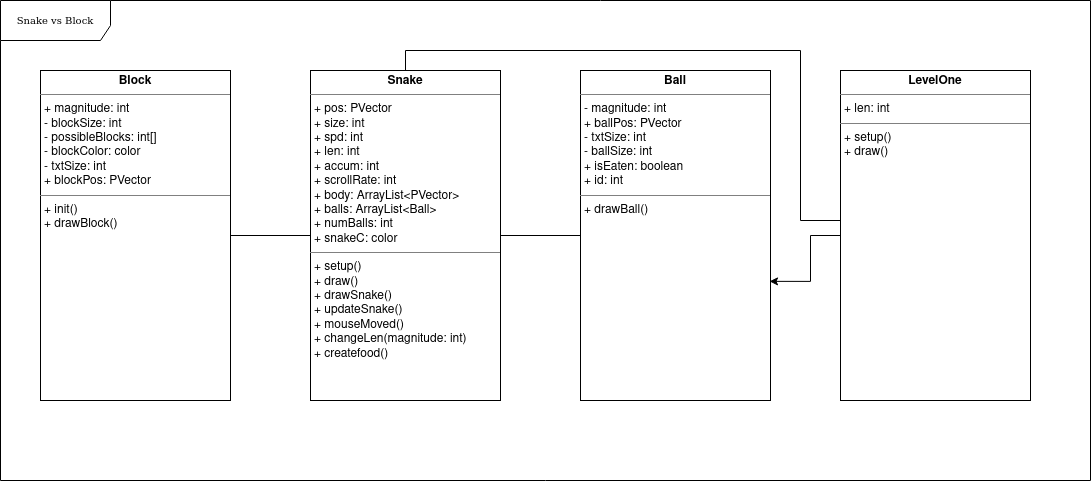
The draw.io diagram ouruml.png in madeline-lei/final_project, before a commit. Source tidied: cells renumbered, new cells last; positions are measured from the earlier drawing's top-left corner, leaving out a move shared by most shapes. The source it was exported from:
```xml
<mxGraphModel>
  <root>
    <mxCell id="0" />
    <mxCell id="1" parent="0" />
    <mxCell id="2" value="Snake vs Block" style="shape=umlFrame;whiteSpace=wrap;html=1;rounded=0;shadow=0;comic=0;labelBackgroundColor=none;strokeWidth=1;fontFamily=Verdana;fontSize=10;align=center;width=110;height=40;" parent="1" vertex="1">
      <mxGeometry width="1090" height="480" as="geometry" />
    </mxCell>
    <mxCell id="3" style="edgeStyle=orthogonalEdgeStyle;rounded=0;jettySize=auto;html=1;endArrow=none;endFill=0;" parent="1" edge="1" source="5" target="7">
      <mxGeometry relative="1" as="geometry" />
    </mxCell>
    <mxCell id="4" style="edgeStyle=orthogonalEdgeStyle;rounded=0;jettySize=auto;html=1;endArrow=none;endFill=0;" parent="1" edge="1" source="5" target="6">
      <mxGeometry relative="1" as="geometry" />
    </mxCell>
    <mxCell id="5" value="&lt;p style=&quot;margin:0px;margin-top:4px;text-align:center;&quot;&gt;&lt;b&gt;Snake&lt;/b&gt;&lt;/p&gt;&lt;hr size=&quot;1&quot;&gt;&lt;p style=&quot;margin:0px;margin-left:4px;&quot;&gt;+ pos: PVector&lt;/p&gt;&lt;p style=&quot;margin:0px;margin-left:4px;&quot;&gt;+ size: int&lt;/p&gt;&lt;p style=&quot;margin:0px;margin-left:4px;&quot;&gt;+ spd: int&lt;/p&gt;&lt;p style=&quot;margin:0px;margin-left:4px;&quot;&gt;+ len: int&lt;/p&gt;&lt;p style=&quot;margin:0px;margin-left:4px;&quot;&gt;+ accum: int&lt;/p&gt;&lt;p style=&quot;margin:0px;margin-left:4px;&quot;&gt;+ scrollRate: int&lt;/p&gt;&lt;p style=&quot;margin:0px;margin-left:4px;&quot;&gt;&lt;/p&gt;&lt;p style=&quot;margin:0px;margin-left:4px;&quot;&gt;+ body: ArrayList&amp;lt;PVector&amp;gt;&lt;/p&gt;&lt;p style=&quot;margin:0px;margin-left:4px;&quot;&gt;+ balls: ArrayList&amp;lt;Ball&amp;gt;&lt;/p&gt;&lt;p style=&quot;margin:0px;margin-left:4px;&quot;&gt;+ numBalls: int&lt;/p&gt;&lt;p style=&quot;margin:0px;margin-left:4px;&quot;&gt;+ snakeC: color&lt;/p&gt;&lt;hr size=&quot;1&quot;&gt;&lt;p style=&quot;margin:0px;margin-left:4px;&quot;&gt;+ setup()&lt;/p&gt;&lt;p style=&quot;margin:0px;margin-left:4px;&quot;&gt;+ draw()&lt;/p&gt;&lt;p style=&quot;margin:0px;margin-left:4px;&quot;&gt;+ drawSnake()&lt;/p&gt;&lt;p style=&quot;margin:0px;margin-left:4px;&quot;&gt;+ updateSnake()&lt;/p&gt;&lt;p style=&quot;margin:0px;margin-left:4px;&quot;&gt;+ mouseMoved()&lt;/p&gt;&lt;p style=&quot;margin:0px;margin-left:4px;&quot;&gt;+ changeLen(magnitude: int)&lt;/p&gt;&lt;p style=&quot;margin:0px;margin-left:4px;&quot;&gt;+ createfood()&lt;br&gt;&lt;/p&gt;&lt;p style=&quot;margin:0px;margin-left:4px;&quot;&gt;&lt;br&gt;&lt;/p&gt;" style="verticalAlign=top;align=left;overflow=fill;fontSize=12;fontFamily=Helvetica;html=1;rounded=0;shadow=0;comic=0;labelBackgroundColor=none;strokeWidth=1;" parent="1" vertex="1">
      <mxGeometry x="310" y="70" width="190" height="330" as="geometry" />
    </mxCell>
    <mxCell id="6" value="&lt;p style=&quot;margin:0px;margin-top:4px;text-align:center;&quot;&gt;&lt;b&gt;Block&lt;/b&gt;&lt;/p&gt;&lt;hr size=&quot;1&quot;&gt;&lt;p style=&quot;margin:0px;margin-left:4px;&quot;&gt;+ magnitude: int&lt;/p&gt;&lt;p style=&quot;margin:0px;margin-left:4px;&quot;&gt;- blockSize: int&lt;/p&gt;&lt;p style=&quot;margin:0px;margin-left:4px;&quot;&gt;- possibleBlocks: int[]&lt;/p&gt;&lt;p style=&quot;margin:0px;margin-left:4px;&quot;&gt;- blockColor: color&lt;/p&gt;&lt;p style=&quot;margin:0px;margin-left:4px;&quot;&gt;- txtSize: int&lt;/p&gt;&lt;p style=&quot;margin:0px;margin-left:4px;&quot;&gt;+ blockPos: PVector&lt;br&gt;&lt;/p&gt;&lt;hr size=&quot;1&quot;&gt;&lt;p style=&quot;margin:0px;margin-left:4px;&quot;&gt;+ init()&lt;/p&gt;&lt;p style=&quot;margin:0px;margin-left:4px;&quot;&gt;+ drawBlock()&lt;/p&gt;" style="verticalAlign=top;align=left;overflow=fill;fontSize=12;fontFamily=Helvetica;html=1;rounded=0;shadow=0;comic=0;labelBackgroundColor=none;strokeWidth=1;" parent="1" vertex="1">
      <mxGeometry x="40" y="70" width="190" height="330" as="geometry" />
    </mxCell>
    <mxCell id="7" value="&lt;p style=&quot;margin:0px;margin-top:4px;text-align:center;&quot;&gt;&lt;b&gt;Ball&lt;/b&gt;&lt;/p&gt;&lt;hr size=&quot;1&quot;&gt;&lt;p style=&quot;margin:0px;margin-left:4px;&quot;&gt;- magnitude: int&lt;/p&gt;&lt;p style=&quot;margin:0px;margin-left:4px;&quot;&gt;+ ballPos: PVector&lt;/p&gt;&lt;p style=&quot;margin:0px;margin-left:4px;&quot;&gt;- txtSize: int&lt;/p&gt;&lt;p style=&quot;margin:0px;margin-left:4px;&quot;&gt;- ballSize: int&lt;/p&gt;&lt;p style=&quot;margin:0px;margin-left:4px;&quot;&gt;+ isEaten: boolean&lt;/p&gt;&lt;p style=&quot;margin:0px;margin-left:4px;&quot;&gt;+ id: int&lt;br&gt;&lt;/p&gt;&lt;hr size=&quot;1&quot;&gt;&lt;p style=&quot;margin:0px;margin-left:4px;&quot;&gt;+ drawBall()&lt;br&gt;&lt;/p&gt;" style="verticalAlign=top;align=left;overflow=fill;fontSize=12;fontFamily=Helvetica;html=1;rounded=0;shadow=0;comic=0;labelBackgroundColor=none;strokeWidth=1;" parent="1" vertex="1">
      <mxGeometry x="580" y="70" width="190" height="330" as="geometry" />
    </mxCell>
    <mxCell id="8" style="edgeStyle=orthogonalEdgeStyle;rounded=0;jettySize=auto;html=1;entryX=0.5;entryY=0;entryDx=0;entryDy=0;endArrow=none;endFill=0;" parent="1" edge="1" source="10" target="5">
      <mxGeometry relative="1" as="geometry">
        <Array as="points">
          <mxPoint x="800" y="220" />
          <mxPoint x="800" y="50" />
          <mxPoint x="405" y="50" />
        </Array>
      </mxGeometry>
    </mxCell>
    <mxCell id="9" style="edgeStyle=orthogonalEdgeStyle;rounded=0;jettySize=auto;html=1;entryX=0.995;entryY=0.639;entryDx=0;entryDy=0;entryPerimeter=0;" parent="1" edge="1" source="10" target="7">
      <mxGeometry relative="1" as="geometry">
        <Array as="points">
          <mxPoint x="810" y="235" />
          <mxPoint x="810" y="281" />
        </Array>
      </mxGeometry>
    </mxCell>
    <mxCell id="10" value="&lt;p style=&quot;margin:0px;margin-top:4px;text-align:center;&quot;&gt;&lt;b&gt;LevelOne&lt;/b&gt;&lt;/p&gt;&lt;hr size=&quot;1&quot;&gt;&lt;p style=&quot;margin:0px;margin-left:4px;&quot;&gt;+ len: int&lt;/p&gt;&lt;hr size=&quot;1&quot;&gt;&lt;p style=&quot;margin:0px;margin-left:4px;&quot;&gt;+ setup()&lt;/p&gt;&lt;p style=&quot;margin:0px;margin-left:4px;&quot;&gt;+ draw()&lt;/p&gt;" style="verticalAlign=top;align=left;overflow=fill;fontSize=12;fontFamily=Helvetica;html=1;rounded=0;shadow=0;comic=0;labelBackgroundColor=none;strokeWidth=1;" parent="1" vertex="1">
      <mxGeometry x="840" y="70" width="190" height="330" as="geometry" />
    </mxCell>
  </root>
</mxGraphModel>
```
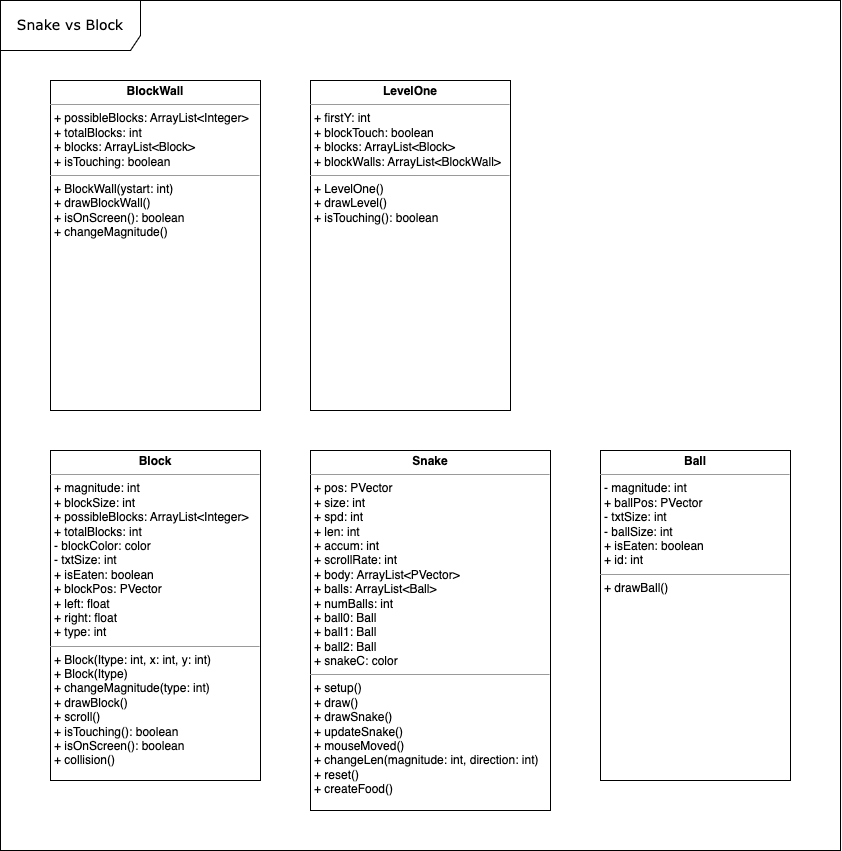
Later version of the same file.

Diff of the diagram source:
```diff
@@ -2,43 +2,23 @@
   <root>
     <mxCell id="0" />
     <mxCell id="1" parent="0" />
-    <mxCell id="2" value="Snake vs Block" style="shape=umlFrame;whiteSpace=wrap;html=1;rounded=0;shadow=0;comic=0;labelBackgroundColor=none;strokeWidth=1;fontFamily=Verdana;fontSize=10;align=center;width=110;height=40;" parent="1" vertex="1">
-      <mxGeometry width="1090" height="480" as="geometry" />
+    <mxCell id="2" value="&lt;font style=&quot;font-size: 14px;&quot;&gt;Snake vs Block&lt;/font&gt;" style="shape=umlFrame;whiteSpace=wrap;html=1;rounded=0;shadow=0;comic=0;labelBackgroundColor=none;strokeWidth=1;fontFamily=Verdana;fontSize=10;align=center;width=140;height=50;" parent="1" vertex="1">
+      <mxGeometry y="-10" width="840" height="850" as="geometry" />
     </mxCell>
-    <mxCell id="3" style="edgeStyle=orthogonalEdgeStyle;rounded=0;jettySize=auto;html=1;endArrow=none;endFill=0;" parent="1" edge="1" source="5" target="7">
-      <mxGeometry relative="1" as="geometry" />
-    </mxCell>
-    <mxCell id="4" style="edgeStyle=orthogonalEdgeStyle;rounded=0;jettySize=auto;html=1;endArrow=none;endFill=0;" parent="1" edge="1" source="5" target="6">
-      <mxGeometry relative="1" as="geometry" />
-    </mxCell>
-    <mxCell id="5" value="&lt;p style=&quot;margin:0px;margin-top:4px;text-align:center;&quot;&gt;&lt;b&gt;Snake&lt;/b&gt;&lt;/p&gt;&lt;hr size=&quot;1&quot;&gt;&lt;p style=&quot;margin:0px;margin-left:4px;&quot;&gt;+ pos: PVector&lt;/p&gt;&lt;p style=&quot;margin:0px;margin-left:4px;&quot;&gt;+ size: int&lt;/p&gt;&lt;p style=&quot;margin:0px;margin-left:4px;&quot;&gt;+ spd: int&lt;/p&gt;&lt;p style=&quot;margin:0px;margin-left:4px;&quot;&gt;+ len: int&lt;/p&gt;&lt;p style=&quot;margin:0px;margin-left:4px;&quot;&gt;+ accum: int&lt;/p&gt;&lt;p style=&quot;margin:0px;margin-left:4px;&quot;&gt;+ scrollRate: int&lt;/p&gt;&lt;p style=&quot;margin:0px;margin-left:4px;&quot;&gt;&lt;/p&gt;&lt;p style=&quot;margin:0px;margin-left:4px;&quot;&gt;+ body: ArrayList&amp;lt;PVector&amp;gt;&lt;/p&gt;&lt;p style=&quot;margin:0px;margin-left:4px;&quot;&gt;+ balls: ArrayList&amp;lt;Ball&amp;gt;&lt;/p&gt;&lt;p style=&quot;margin:0px;margin-left:4px;&quot;&gt;+ numBalls: int&lt;/p&gt;&lt;p style=&quot;margin:0px;margin-left:4px;&quot;&gt;+ snakeC: color&lt;/p&gt;&lt;hr size=&quot;1&quot;&gt;&lt;p style=&quot;margin:0px;margin-left:4px;&quot;&gt;+ setup()&lt;/p&gt;&lt;p style=&quot;margin:0px;margin-left:4px;&quot;&gt;+ draw()&lt;/p&gt;&lt;p style=&quot;margin:0px;margin-left:4px;&quot;&gt;+ drawSnake()&lt;/p&gt;&lt;p style=&quot;margin:0px;margin-left:4px;&quot;&gt;+ updateSnake()&lt;/p&gt;&lt;p style=&quot;margin:0px;margin-left:4px;&quot;&gt;+ mouseMoved()&lt;/p&gt;&lt;p style=&quot;margin:0px;margin-left:4px;&quot;&gt;+ changeLen(magnitude: int)&lt;/p&gt;&lt;p style=&quot;margin:0px;margin-left:4px;&quot;&gt;+ createfood()&lt;br&gt;&lt;/p&gt;&lt;p style=&quot;margin:0px;margin-left:4px;&quot;&gt;&lt;br&gt;&lt;/p&gt;" style="verticalAlign=top;align=left;overflow=fill;fontSize=12;fontFamily=Helvetica;html=1;rounded=0;shadow=0;comic=0;labelBackgroundColor=none;strokeWidth=1;" parent="1" vertex="1">
-      <mxGeometry x="310" y="70" width="190" height="330" as="geometry" />
+    <mxCell id="5" value="&lt;p style=&quot;margin:0px;margin-top:4px;text-align:center;&quot;&gt;&lt;b&gt;Snake&lt;/b&gt;&lt;/p&gt;&lt;hr size=&quot;1&quot;&gt;&lt;p style=&quot;margin:0px;margin-left:4px;&quot;&gt;+ pos: PVector&lt;/p&gt;&lt;p style=&quot;margin:0px;margin-left:4px;&quot;&gt;+ size: int&lt;/p&gt;&lt;p style=&quot;margin:0px;margin-left:4px;&quot;&gt;+ spd: int&lt;/p&gt;&lt;p style=&quot;margin:0px;margin-left:4px;&quot;&gt;+ len: int&lt;/p&gt;&lt;p style=&quot;margin:0px;margin-left:4px;&quot;&gt;+ accum: int&lt;/p&gt;&lt;p style=&quot;margin:0px;margin-left:4px;&quot;&gt;+ scrollRate: int&lt;/p&gt;&lt;p style=&quot;margin:0px;margin-left:4px;&quot;&gt;&lt;/p&gt;&lt;p style=&quot;margin:0px;margin-left:4px;&quot;&gt;+ body: ArrayList&amp;lt;PVector&amp;gt;&lt;/p&gt;&lt;p style=&quot;margin:0px;margin-left:4px;&quot;&gt;+ balls: ArrayList&amp;lt;Ball&amp;gt;&lt;/p&gt;&lt;p style=&quot;margin:0px;margin-left:4px;&quot;&gt;+ numBalls: int&lt;/p&gt;&lt;p style=&quot;margin:0px;margin-left:4px;&quot;&gt;+ ball0: Ball&lt;/p&gt;&lt;p style=&quot;border-color: var(--border-color); margin: 0px 0px 0px 4px;&quot;&gt;+ ball1: Ball&lt;/p&gt;&lt;div&gt;&lt;p style=&quot;border-color: var(--border-color); margin: 0px 0px 0px 4px;&quot;&gt;+ ball2: Ball&lt;/p&gt;&lt;/div&gt;&lt;p style=&quot;margin:0px;margin-left:4px;&quot;&gt;+ snakeC: color&lt;/p&gt;&lt;hr size=&quot;1&quot;&gt;&lt;p style=&quot;margin:0px;margin-left:4px;&quot;&gt;+ setup()&lt;/p&gt;&lt;p style=&quot;margin:0px;margin-left:4px;&quot;&gt;+ draw()&lt;/p&gt;&lt;p style=&quot;margin:0px;margin-left:4px;&quot;&gt;+ drawSnake()&lt;/p&gt;&lt;p style=&quot;margin:0px;margin-left:4px;&quot;&gt;+ updateSnake()&lt;/p&gt;&lt;p style=&quot;margin:0px;margin-left:4px;&quot;&gt;+ mouseMoved()&lt;/p&gt;&lt;p style=&quot;margin:0px;margin-left:4px;&quot;&gt;+ changeLen(magnitude: int, direction: int)&lt;/p&gt;&lt;p style=&quot;margin:0px;margin-left:4px;&quot;&gt;+ reset()&lt;/p&gt;&lt;p style=&quot;margin:0px;margin-left:4px;&quot;&gt;+ createFood()&lt;br&gt;&lt;/p&gt;&lt;p style=&quot;margin:0px;margin-left:4px;&quot;&gt;&lt;br&gt;&lt;/p&gt;" style="verticalAlign=top;align=left;overflow=fill;fontSize=12;fontFamily=Helvetica;html=1;rounded=0;shadow=0;comic=0;labelBackgroundColor=none;strokeWidth=1;" parent="1" vertex="1">
+      <mxGeometry x="310" y="440" width="240" height="360" as="geometry" />
     </mxCell>
-    <mxCell id="6" value="&lt;p style=&quot;margin:0px;margin-top:4px;text-align:center;&quot;&gt;&lt;b&gt;Block&lt;/b&gt;&lt;/p&gt;&lt;hr size=&quot;1&quot;&gt;&lt;p style=&quot;margin:0px;margin-left:4px;&quot;&gt;+ magnitude: int&lt;/p&gt;&lt;p style=&quot;margin:0px;margin-left:4px;&quot;&gt;- blockSize: int&lt;/p&gt;&lt;p style=&quot;margin:0px;margin-left:4px;&quot;&gt;- possibleBlocks: int[]&lt;/p&gt;&lt;p style=&quot;margin:0px;margin-left:4px;&quot;&gt;- blockColor: color&lt;/p&gt;&lt;p style=&quot;margin:0px;margin-left:4px;&quot;&gt;- txtSize: int&lt;/p&gt;&lt;p style=&quot;margin:0px;margin-left:4px;&quot;&gt;+ blockPos: PVector&lt;br&gt;&lt;/p&gt;&lt;hr size=&quot;1&quot;&gt;&lt;p style=&quot;margin:0px;margin-left:4px;&quot;&gt;+ init()&lt;/p&gt;&lt;p style=&quot;margin:0px;margin-left:4px;&quot;&gt;+ drawBlock()&lt;/p&gt;" style="verticalAlign=top;align=left;overflow=fill;fontSize=12;fontFamily=Helvetica;html=1;rounded=0;shadow=0;comic=0;labelBackgroundColor=none;strokeWidth=1;" parent="1" vertex="1">
-      <mxGeometry x="40" y="70" width="190" height="330" as="geometry" />
+    <mxCell id="6" value="&lt;p style=&quot;margin:0px;margin-top:4px;text-align:center;&quot;&gt;&lt;b&gt;Block&lt;/b&gt;&lt;/p&gt;&lt;hr size=&quot;1&quot;&gt;&lt;p style=&quot;margin:0px;margin-left:4px;&quot;&gt;+ magnitude: int&lt;/p&gt;&lt;p style=&quot;margin:0px;margin-left:4px;&quot;&gt;+ blockSize: int&lt;/p&gt;&lt;p style=&quot;margin:0px;margin-left:4px;&quot;&gt;&lt;span style=&quot;background-color: initial;&quot;&gt;+ possibleBlocks: ArrayList&amp;lt;Integer&amp;gt;&lt;/span&gt;&lt;br&gt;&lt;/p&gt;&lt;p style=&quot;margin:0px;margin-left:4px;&quot;&gt;&lt;span style=&quot;background-color: initial;&quot;&gt;+ totalBlocks: int&lt;/span&gt;&lt;/p&gt;&lt;p style=&quot;margin:0px;margin-left:4px;&quot;&gt;- blockColor: color&lt;/p&gt;&lt;p style=&quot;margin:0px;margin-left:4px;&quot;&gt;- txtSize: int&lt;/p&gt;&lt;p style=&quot;margin:0px;margin-left:4px;&quot;&gt;+ isEaten: boolean&lt;/p&gt;&lt;p style=&quot;margin:0px;margin-left:4px;&quot;&gt;+ blockPos: PVector&lt;br&gt;&lt;/p&gt;&lt;p style=&quot;margin:0px;margin-left:4px;&quot;&gt;+ left: float&lt;/p&gt;&lt;p style=&quot;margin:0px;margin-left:4px;&quot;&gt;+ right: float&lt;/p&gt;&lt;p style=&quot;margin:0px;margin-left:4px;&quot;&gt;+ type: int&lt;/p&gt;&lt;hr size=&quot;1&quot;&gt;&lt;p style=&quot;margin:0px;margin-left:4px;&quot;&gt;+ Block(Itype: int, x: int, y: int)&lt;/p&gt;&lt;p style=&quot;margin:0px;margin-left:4px;&quot;&gt;+ Block(Itype)&lt;/p&gt;&lt;p style=&quot;margin:0px;margin-left:4px;&quot;&gt;+ changeMagnitude(type: int)&lt;/p&gt;&lt;p style=&quot;margin:0px;margin-left:4px;&quot;&gt;+ drawBlock()&lt;/p&gt;&lt;p style=&quot;margin:0px;margin-left:4px;&quot;&gt;+ scroll()&lt;/p&gt;&lt;p style=&quot;margin:0px;margin-left:4px;&quot;&gt;+ isTouching(): boolean&lt;/p&gt;&lt;p style=&quot;margin:0px;margin-left:4px;&quot;&gt;+ isOnScreen(): boolean&lt;br&gt;+ collision()&lt;/p&gt;" style="verticalAlign=top;align=left;overflow=fill;fontSize=12;fontFamily=Helvetica;html=1;rounded=0;shadow=0;comic=0;labelBackgroundColor=none;strokeWidth=1;" parent="1" vertex="1">
+      <mxGeometry x="50" y="440" width="210" height="330" as="geometry" />
     </mxCell>
     <mxCell id="7" value="&lt;p style=&quot;margin:0px;margin-top:4px;text-align:center;&quot;&gt;&lt;b&gt;Ball&lt;/b&gt;&lt;/p&gt;&lt;hr size=&quot;1&quot;&gt;&lt;p style=&quot;margin:0px;margin-left:4px;&quot;&gt;- magnitude: int&lt;/p&gt;&lt;p style=&quot;margin:0px;margin-left:4px;&quot;&gt;+ ballPos: PVector&lt;/p&gt;&lt;p style=&quot;margin:0px;margin-left:4px;&quot;&gt;- txtSize: int&lt;/p&gt;&lt;p style=&quot;margin:0px;margin-left:4px;&quot;&gt;- ballSize: int&lt;/p&gt;&lt;p style=&quot;margin:0px;margin-left:4px;&quot;&gt;+ isEaten: boolean&lt;/p&gt;&lt;p style=&quot;margin:0px;margin-left:4px;&quot;&gt;+ id: int&lt;br&gt;&lt;/p&gt;&lt;hr size=&quot;1&quot;&gt;&lt;p style=&quot;margin:0px;margin-left:4px;&quot;&gt;+ drawBall()&lt;br&gt;&lt;/p&gt;" style="verticalAlign=top;align=left;overflow=fill;fontSize=12;fontFamily=Helvetica;html=1;rounded=0;shadow=0;comic=0;labelBackgroundColor=none;strokeWidth=1;" parent="1" vertex="1">
-      <mxGeometry x="580" y="70" width="190" height="330" as="geometry" />
+      <mxGeometry x="600" y="440" width="190" height="330" as="geometry" />
     </mxCell>
-    <mxCell id="8" style="edgeStyle=orthogonalEdgeStyle;rounded=0;jettySize=auto;html=1;entryX=0.5;entryY=0;entryDx=0;entryDy=0;endArrow=none;endFill=0;" parent="1" edge="1" source="10" target="5">
-      <mxGeometry relative="1" as="geometry">
-        <Array as="points">
-          <mxPoint x="800" y="220" />
-          <mxPoint x="800" y="50" />
-          <mxPoint x="405" y="50" />
-        </Array>
-      </mxGeometry>
-    </mxCell>
-    <mxCell id="9" style="edgeStyle=orthogonalEdgeStyle;rounded=0;jettySize=auto;html=1;entryX=0.995;entryY=0.639;entryDx=0;entryDy=0;entryPerimeter=0;" parent="1" edge="1" source="10" target="7">
-      <mxGeometry relative="1" as="geometry">
-        <Array as="points">
-          <mxPoint x="810" y="235" />
-          <mxPoint x="810" y="281" />
-        </Array>
-      </mxGeometry>
-    </mxCell>
-    <mxCell id="10" value="&lt;p style=&quot;margin:0px;margin-top:4px;text-align:center;&quot;&gt;&lt;b&gt;LevelOne&lt;/b&gt;&lt;/p&gt;&lt;hr size=&quot;1&quot;&gt;&lt;p style=&quot;margin:0px;margin-left:4px;&quot;&gt;+ len: int&lt;/p&gt;&lt;hr size=&quot;1&quot;&gt;&lt;p style=&quot;margin:0px;margin-left:4px;&quot;&gt;+ setup()&lt;/p&gt;&lt;p style=&quot;margin:0px;margin-left:4px;&quot;&gt;+ draw()&lt;/p&gt;" style="verticalAlign=top;align=left;overflow=fill;fontSize=12;fontFamily=Helvetica;html=1;rounded=0;shadow=0;comic=0;labelBackgroundColor=none;strokeWidth=1;" parent="1" vertex="1">
-      <mxGeometry x="840" y="70" width="190" height="330" as="geometry" />
+    <mxCell id="10" value="&lt;p style=&quot;margin:0px;margin-top:4px;text-align:center;&quot;&gt;&lt;b&gt;LevelOne&lt;/b&gt;&lt;/p&gt;&lt;hr size=&quot;1&quot;&gt;&lt;p style=&quot;margin:0px;margin-left:4px;&quot;&gt;+ firstY: int&lt;/p&gt;&lt;p style=&quot;margin:0px;margin-left:4px;&quot;&gt;+ blockTouch: boolean&lt;br&gt;+ blocks: ArrayList&amp;lt;Block&amp;gt;&lt;br&gt;+ blockWalls: ArrayList&amp;lt;BlockWall&amp;gt;&lt;/p&gt;&lt;hr size=&quot;1&quot;&gt;&lt;p style=&quot;margin:0px;margin-left:4px;&quot;&gt;+ LevelOne()&lt;/p&gt;&lt;p style=&quot;margin:0px;margin-left:4px;&quot;&gt;+ drawLevel()&lt;/p&gt;&lt;p style=&quot;margin:0px;margin-left:4px;&quot;&gt;+ isTouching(): boolean&lt;/p&gt;" style="verticalAlign=top;align=left;overflow=fill;fontSize=12;fontFamily=Helvetica;html=1;rounded=0;shadow=0;comic=0;labelBackgroundColor=none;strokeWidth=1;" parent="1" vertex="1">
+      <mxGeometry x="310" y="70" width="200" height="330" as="geometry" />
     </mxCell>
+    <mxCell id="11" value="&lt;p style=&quot;margin:0px;margin-top:4px;text-align:center;&quot;&gt;&lt;b&gt;BlockWall&lt;/b&gt;&lt;/p&gt;&lt;hr size=&quot;1&quot;&gt;&lt;p style=&quot;margin:0px;margin-left:4px;&quot;&gt;+ possibleBlocks: ArrayList&amp;lt;Integer&amp;gt;&lt;/p&gt;&lt;p style=&quot;margin:0px;margin-left:4px;&quot;&gt;+ totalBlocks: int&lt;/p&gt;&lt;p style=&quot;margin:0px;margin-left:4px;&quot;&gt;+ blocks: ArrayList&amp;lt;Block&amp;gt;&lt;/p&gt;&lt;p style=&quot;margin:0px;margin-left:4px;&quot;&gt;+ isTouching: boolean&lt;/p&gt;&lt;hr size=&quot;1&quot;&gt;&lt;p style=&quot;margin:0px;margin-left:4px;&quot;&gt;+ BlockWall(ystart: int)&lt;/p&gt;&lt;p style=&quot;margin:0px;margin-left:4px;&quot;&gt;+ drawBlockWall()&lt;/p&gt;&lt;p style=&quot;margin:0px;margin-left:4px;&quot;&gt;+ isOnScreen(): boolean&lt;/p&gt;&lt;p style=&quot;margin:0px;margin-left:4px;&quot;&gt;+ changeMagnitude()&lt;/p&gt;" style="verticalAlign=top;align=left;overflow=fill;fontSize=12;fontFamily=Helvetica;html=1;rounded=0;shadow=0;comic=0;labelBackgroundColor=none;strokeWidth=1;" parent="1" vertex="1">
+      <mxGeometry x="50" y="70" width="210" height="330" as="geometry" />
+    </mxCell>
   </root>
 </mxGraphModel>
```
